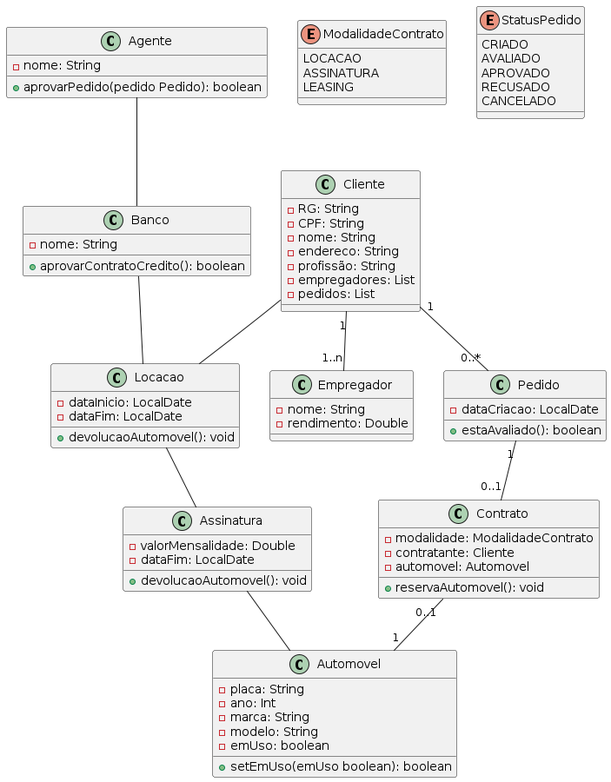
Before: docs/diagramas/diagrama-de-classe.png, a diagram exported from PlantUML (brunokilo/lab02-aluguel-carros).
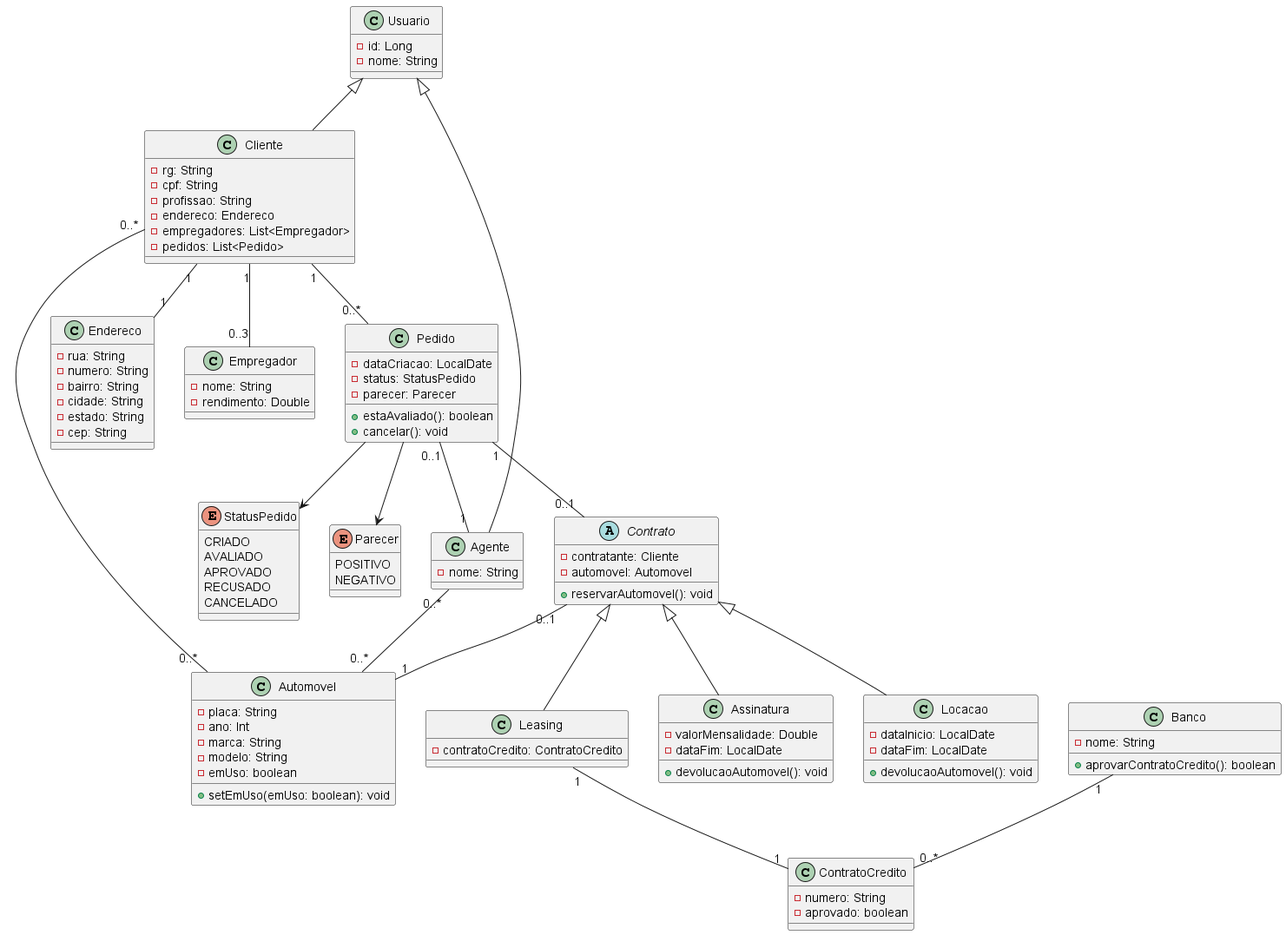
Later version of the same file.

Commit message:
feat: atualizar diagramas de casos de uso e classes com novas entidades e relacionamentos

Diff of the diagram source:
```diff
@@ -1,84 +1,122 @@
 @startuml
-class Agente{
-  -nome: String
-  +aprovarPedido(pedido Pedido): boolean
+
+class Usuario {
+    -id: Long
+    -nome: String
 }
 
-class Cliente{
-  -RG: String
-  -CPF: String
-  -nome: String
-  -endereco: String
-  -profissão: String
-  -empregadores: List
-  -pedidos: List
+class Cliente {
+    -rg: String
+    -cpf: String
+    -profissao: String
+    -endereco: Endereco
+    -empregadores: List<Empregador>
+    -pedidos: List<Pedido>
 }
 
-class Banco{
-  -nome: String
-  +aprovarContratoCredito(): boolean
+class Agente {
+    -nome: String
 }
 
-class Automovel{
-  -placa: String
-  -ano: Int
-  -marca: String
-  -modelo: String
-  -emUso: boolean
-  +setEmUso(emUso boolean): boolean
+class Banco {
+    -nome: String
+    +aprovarContratoCredito(): boolean
 }
 
-
-class Contrato{
-  -modalidade: ModalidadeContrato
-  -contratante: Cliente
-  -automovel: Automovel
-  +reservaAutomovel(): void
+class Endereco {
+    -rua: String
+    -numero: String
+    -bairro: String
+    -cidade: String
+    -estado: String
+    -cep: String
 }
 
-enum ModalidadeContrato {
-  LOCACAO
-  ASSINATURA
-  LEASING
+class Empregador {
+    -nome: String
+    -rendimento: Double
 }
 
-class Locacao{
-  -dataInicio: LocalDate
-  -dataFim: LocalDate
-  +devolucaoAutomovel(): void
+class Pedido {
+    -dataCriacao: LocalDate
+    -status: StatusPedido
+    -parecer: Parecer
+    +estaAvaliado(): boolean
+    +cancelar(): void
 }
 
-class Assinatura{
-  -valorMensalidade: Double
-  -dataFim: LocalDate
-  +devolucaoAutomovel(): void
+abstract class Contrato {
+    -contratante: Cliente
+    -automovel: Automovel
+    +reservarAutomovel(): void
 }
 
-class Empregador{
-  -nome: String
-  -rendimento: Double
+class Locacao {
+    -dataInicio: LocalDate
+    -dataFim: LocalDate
+    +devolucaoAutomovel(): void
 }
 
-class Pedido{
-  -dataCriacao: LocalDate
-  +estaAvaliado(): boolean
+class Assinatura {
+    -valorMensalidade: Double
+    -dataFim: LocalDate
+    +devolucaoAutomovel(): void
+}
+
+class Leasing {
+    -contratoCredito: ContratoCredito
+}
+
+class ContratoCredito {
+    -numero: String
+    -aprovado: boolean
+}
+
+class Automovel {
+    -placa: String
+    -ano: Int
+    -marca: String
+    -modelo: String
+    -emUso: boolean
+    +setEmUso(emUso: boolean): void
 }
 
 enum StatusPedido {
-  CRIADO
-  AVALIADO
-  APROVADO
-  RECUSADO
-  CANCELADO
+    CRIADO
+    AVALIADO
+    APROVADO
+    RECUSADO
+    CANCELADO
 }
 
-Pedido   "1"    -- "0..1" Contrato
-Cliente  "1"    -- "1..n" Empregador
-Cliente  "1"    -- "0..*" Pedido
-Cliente -- Locacao
-Banco -- Locacao
-Locacao -- Assinatura
-Assinatura -- Automovel
-Agente  -- Banco
+enum Parecer {
+    POSITIVO
+    NEGATIVO
+}
+
+Usuario <|-- Cliente
+Usuario <|-- Agente
+
+Cliente "1" -- "1" Endereco
+Cliente "1" -- "0..3" Empregador
+Cliente "1" -- "0..*" Pedido
+
+Pedido "1" -- "0..1" Contrato
+Pedido "0..1" -- "1" Agente
+
+Contrato <|-- Locacao
+Contrato <|-- Assinatura
+Contrato <|-- Leasing
+
 Contrato "0..1" -- "1" Automovel
+
+Leasing "1" -- "1" ContratoCredito
+Banco "1" -- "0..*" ContratoCredito
+
+Cliente "0..*" -- "0..*" Automovel
+Agente "0..*" -- "0..*" Automovel
+
+Pedido --> StatusPedido
+Pedido --> Parecer
+
 @enduml
```
